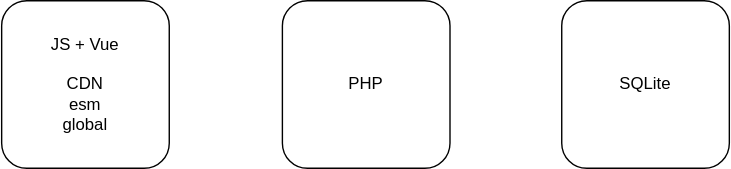
This is python/archi-mini.drawio.svg from applh/gaia-jpp, a draw.io export, as it was before one commit. Source tidied: cells renumbered, new cells last; positions are measured from the earlier drawing's top-left corner, leaving out a move shared by most shapes. Source of this version:
```xml
<mxGraphModel>
  <root>
    <mxCell id="0" />
    <mxCell id="1" parent="0" />
    <mxCell id="2" value="PHP" style="rounded=1;whiteSpace=wrap;html=1;" parent="1" vertex="1">
      <mxGeometry x="201" width="120" height="120" as="geometry" />
    </mxCell>
    <mxCell id="3" value="SQLite" style="rounded=1;whiteSpace=wrap;html=1;" parent="1" vertex="1">
      <mxGeometry x="401" width="120" height="120" as="geometry" />
    </mxCell>
    <mxCell id="4" value="JS + Vue&lt;br&gt;&lt;br&gt;CDN&lt;br&gt;esm &lt;br&gt;global" style="rounded=1;whiteSpace=wrap;html=1;" parent="1" vertex="1">
      <mxGeometry width="120" height="120" as="geometry" />
    </mxCell>
  </root>
</mxGraphModel>
```
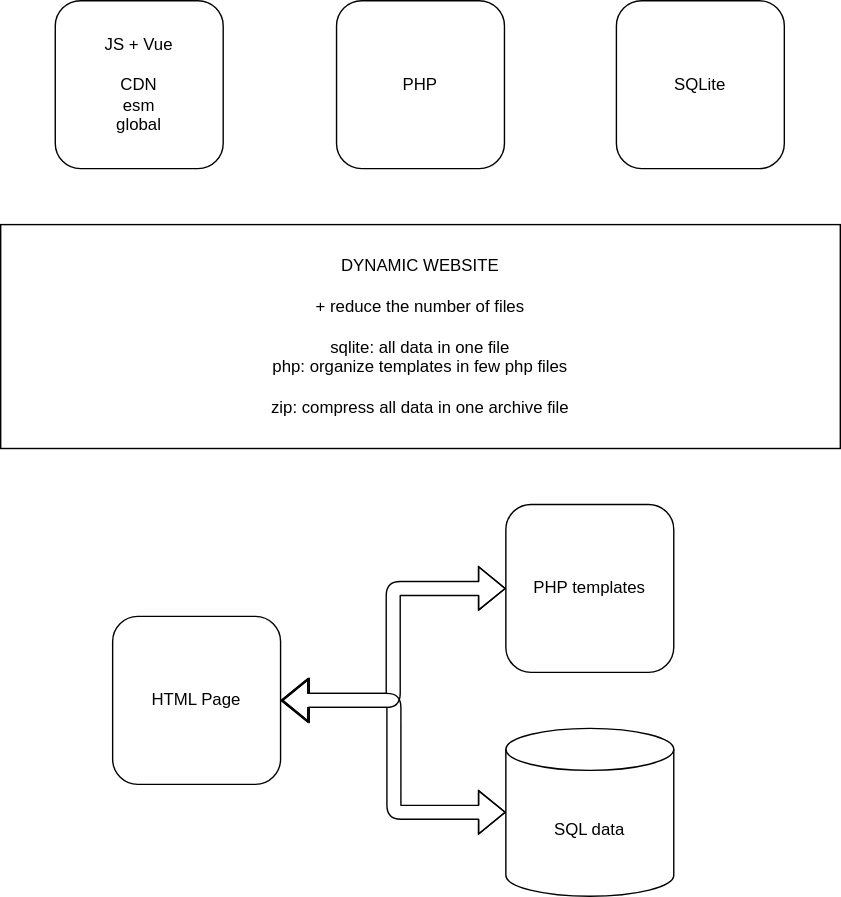
Above is the later version.

Commit message:
v0.3.7 (docker) add php xp_task and xp_sqlite

The edit, as a diff of the source:
```diff
@@ -11,5 +11,28 @@
     <mxCell id="4" value="JS + Vue&lt;br&gt;&lt;br&gt;CDN&lt;br&gt;esm &lt;br&gt;global" style="rounded=1;whiteSpace=wrap;html=1;" parent="1" vertex="1">
       <mxGeometry width="120" height="120" as="geometry" />
     </mxCell>
+    <mxCell id="5" value="DYNAMIC WEBSITE&lt;br&gt;&lt;br&gt;+ reduce the number of files&lt;br&gt;&lt;br&gt;sqlite: all data in one file&lt;br&gt;php: organize templates in few php files&lt;br&gt;&lt;br&gt;zip: compress all data in one archive file&lt;br&gt;" style="rounded=0;whiteSpace=wrap;html=1;" parent="1" vertex="1">
+      <mxGeometry x="-39" y="160" width="600" height="160" as="geometry" />
+    </mxCell>
+    <mxCell id="6" style="group;" parent="1" vertex="1">
+      <mxGeometry x="41" y="360" width="401" height="280" as="geometry" />
+    </mxCell>
+    <mxCell id="7" value="PHP templates" style="rounded=1;whiteSpace=wrap;html=1;" parent="6" vertex="1">
+      <mxGeometry x="281" width="120" height="120" as="geometry" />
+    </mxCell>
+    <mxCell id="8" value="SQL data" style="shape=cylinder3;whiteSpace=wrap;html=1;boundedLbl=1;backgroundOutline=1;size=15;" parent="6" vertex="1">
+      <mxGeometry x="281" y="160" width="120" height="120" as="geometry" />
+    </mxCell>
+    <mxCell id="9" value="HTML Page" style="rounded=1;whiteSpace=wrap;html=1;" parent="6" vertex="1">
+      <mxGeometry y="80" width="120" height="120" as="geometry" />
+    </mxCell>
+    <mxCell id="10" style="shape=flexArrow;endArrow=classic;startArrow=classic;html=1;elbow=vertical;exitX=1;exitY=0.5;exitDx=0;exitDy=0;entryX=0;entryY=0.5;entryDx=0;entryDy=0;edgeStyle=orthogonalEdgeStyle;curved=1;" parent="6" edge="1" source="9" target="7">
+      <mxGeometry relative="1" as="geometry" />
+    </mxCell>
+    <mxCell id="11" style="shape=flexArrow;endArrow=classic;startArrow=classic;html=1;elbow=vertical;entryX=0;entryY=0.5;entryDx=0;entryDy=0;entryPerimeter=0;edgeStyle=orthogonalEdgeStyle;curved=1;" parent="6" edge="1" target="8">
+      <mxGeometry relative="1" as="geometry">
+        <mxPoint x="121" y="140" as="sourcePoint" />
+      </mxGeometry>
+    </mxCell>
   </root>
 </mxGraphModel>
```
